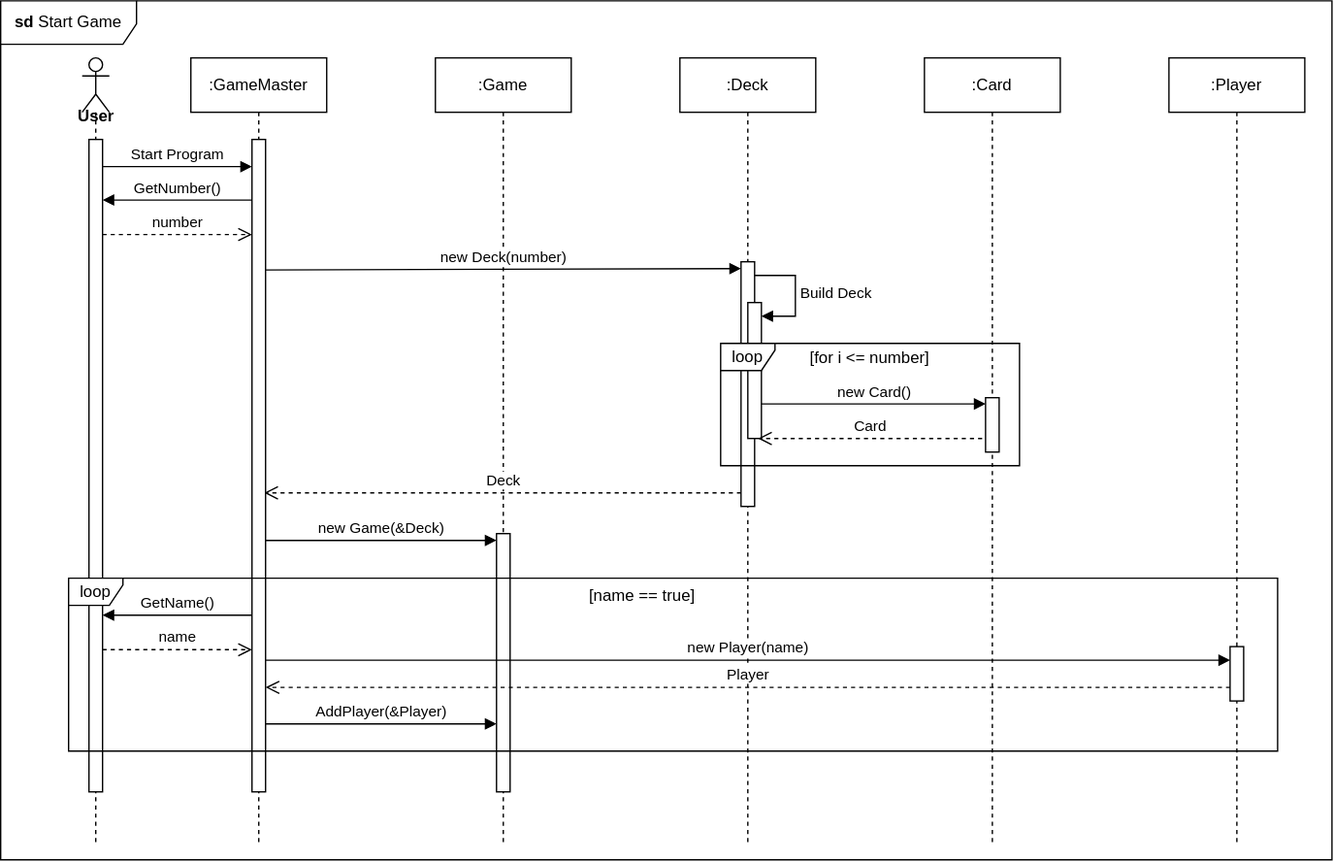
This is assets/sd Start Game.drawio.svg from Morsianeren/DeifExercisePublic, a draw.io export, as it was before one commit. Source tidied: cells renumbered, new cells last; positions are measured from the earlier drawing's top-left corner, leaving out a move shared by most shapes. Its diagram source:
```xml
<mxGraphModel>
  <root>
    <mxCell id="0" />
    <mxCell id="1" parent="0" />
    <mxCell id="2" value=":Game" style="shape=umlLifeline;perimeter=lifelinePerimeter;whiteSpace=wrap;html=1;newEdgeStyle={&quot;edgeStyle&quot;:&quot;elbowEdgeStyle&quot;,&quot;elbow&quot;:&quot;vertical&quot;,&quot;curved&quot;:0,&quot;rounded&quot;:0};" parent="1" vertex="1">
      <mxGeometry x="320" y="42" width="100" height="580" as="geometry" />
    </mxCell>
    <mxCell id="3" style="html=1;points=[[0,0,0,0,5],[0,1,0,0,-5],[1,0,0,0,5],[1,1,0,0,-5]];perimeter=orthogonalPerimeter;outlineConnect=0;targetShapes=umlLifeline;portConstraint=eastwest;newEdgeStyle={&quot;curved&quot;:0,&quot;rounded&quot;:0};" parent="2" vertex="1">
      <mxGeometry x="45" y="350" width="10" height="190" as="geometry" />
    </mxCell>
    <mxCell id="4" value=":Deck" style="shape=umlLifeline;perimeter=lifelinePerimeter;whiteSpace=wrap;html=1;newEdgeStyle={&quot;edgeStyle&quot;:&quot;elbowEdgeStyle&quot;,&quot;elbow&quot;:&quot;vertical&quot;,&quot;curved&quot;:0,&quot;rounded&quot;:0};" parent="1" vertex="1">
      <mxGeometry x="500" y="42" width="100" height="580" as="geometry" />
    </mxCell>
    <mxCell id="5" value=":Card" style="shape=umlLifeline;perimeter=lifelinePerimeter;whiteSpace=wrap;html=1;newEdgeStyle={&quot;edgeStyle&quot;:&quot;elbowEdgeStyle&quot;,&quot;elbow&quot;:&quot;vertical&quot;,&quot;curved&quot;:0,&quot;rounded&quot;:0};" parent="1" vertex="1">
      <mxGeometry x="680" y="42" width="100" height="580" as="geometry" />
    </mxCell>
    <mxCell id="6" value=":Player" style="shape=umlLifeline;perimeter=lifelinePerimeter;whiteSpace=wrap;html=1;newEdgeStyle={&quot;edgeStyle&quot;:&quot;elbowEdgeStyle&quot;,&quot;elbow&quot;:&quot;vertical&quot;,&quot;curved&quot;:0,&quot;rounded&quot;:0};" parent="1" vertex="1">
      <mxGeometry x="860" y="42" width="100" height="580" as="geometry" />
    </mxCell>
    <mxCell id="7" style="html=1;points=[[0,0,0,0,5],[0,1,0,0,-5],[1,0,0,0,5],[1,1,0,0,-5]];perimeter=orthogonalPerimeter;outlineConnect=0;targetShapes=umlLifeline;portConstraint=eastwest;newEdgeStyle={&quot;curved&quot;:0,&quot;rounded&quot;:0};" parent="6" vertex="1">
      <mxGeometry x="-315" y="150" width="10" height="180" as="geometry" />
    </mxCell>
    <mxCell id="8" style="html=1;points=[[0,0,0,0,5],[0,1,0,0,-5],[1,0,0,0,5],[1,1,0,0,-5]];perimeter=orthogonalPerimeter;outlineConnect=0;targetShapes=umlLifeline;portConstraint=eastwest;newEdgeStyle={&quot;curved&quot;:0,&quot;rounded&quot;:0};" parent="6" vertex="1">
      <mxGeometry x="-310" y="180" width="10" height="100" as="geometry" />
    </mxCell>
    <mxCell id="9" value="Build Deck" style="html=1;align=left;spacingLeft=2;endArrow=block;rounded=0;edgeStyle=orthogonalEdgeStyle;curved=0;rounded=0;" parent="6" edge="1" target="8">
      <mxGeometry relative="1" as="geometry">
        <mxPoint x="-305" y="160" as="sourcePoint" />
        <Array as="points">
          <mxPoint x="-275" y="190" />
        </Array>
      </mxGeometry>
    </mxCell>
    <mxCell id="10" style="html=1;perimeter=orthogonalPerimeter;targetShapes=umlLifeline;newEdgeStyle={&quot;curved&quot;:0,&quot;rounded&quot;:0};" parent="6" vertex="1">
      <mxGeometry x="45" y="433.1" width="10" height="40" as="geometry" />
    </mxCell>
    <mxCell id="11" style="html=1;perimeter=orthogonalPerimeter;targetShapes=umlLifeline;newEdgeStyle={&quot;curved&quot;:0,&quot;rounded&quot;:0};" parent="6" vertex="1">
      <mxGeometry x="-135" y="250" width="10" height="40" as="geometry" />
    </mxCell>
    <mxCell id="12" value="new Deck(number)" style="html=1;verticalAlign=bottom;endArrow=block;curved=0;rounded=0;entryX=0;entryY=0;entryDx=0;entryDy=5;" parent="6" edge="1" target="7">
      <mxGeometry relative="1" as="geometry">
        <mxPoint x="-665" y="156" as="sourcePoint" />
      </mxGeometry>
    </mxCell>
    <mxCell id="13" value="new Card()" style="html=1;verticalAlign=bottom;endArrow=block;curved=0;rounded=0;entryX=0;entryY=0;entryDx=0;entryDy=5;" parent="6" edge="1">
      <mxGeometry relative="1" as="geometry">
        <mxPoint x="-300" y="254.6" as="sourcePoint" />
        <mxPoint x="-135" y="254.6" as="targetPoint" />
      </mxGeometry>
    </mxCell>
    <mxCell id="14" value="loop" style="shape=umlFrame;whiteSpace=wrap;html=1;width=40;height=20;" parent="6" vertex="1">
      <mxGeometry x="-330" y="210" width="220" height="90" as="geometry" />
    </mxCell>
    <mxCell id="15" value="Card" style="html=1;verticalAlign=bottom;endArrow=open;dashed=1;endSize=8;curved=0;rounded=0;exitX=0;exitY=1;exitDx=0;exitDy=-5;" parent="6" edge="1">
      <mxGeometry relative="1" as="geometry">
        <mxPoint x="-137.5" y="280" as="sourcePoint" />
        <mxPoint x="-302.5" y="280" as="targetPoint" />
      </mxGeometry>
    </mxCell>
    <mxCell id="16" value="[for i &amp;lt;= number]" style="text;html=1;align=center;verticalAlign=middle;whiteSpace=wrap;rounded=0;" parent="6" vertex="1">
      <mxGeometry x="-270" y="206" width="100" height="30" as="geometry" />
    </mxCell>
    <mxCell id="17" value="Deck" style="html=1;verticalAlign=bottom;endArrow=open;dashed=1;endSize=8;curved=0;rounded=0;" parent="6" edge="1">
      <mxGeometry relative="1" as="geometry">
        <mxPoint x="-315" y="320" as="sourcePoint" />
        <mxPoint x="-666" y="320" as="targetPoint" />
      </mxGeometry>
    </mxCell>
    <mxCell id="18" value=":GameMaster" style="shape=umlLifeline;perimeter=lifelinePerimeter;whiteSpace=wrap;html=1;newEdgeStyle={&quot;curved&quot;:0,&quot;rounded&quot;:0};" parent="1" vertex="1">
      <mxGeometry x="140" y="42" width="100" height="580" as="geometry" />
    </mxCell>
    <mxCell id="19" style="html=1;points=[[0,0,0,0,5],[0,1,0,0,-5],[1,0,0,0,5],[1,1,0,0,-5]];perimeter=orthogonalPerimeter;outlineConnect=0;targetShapes=umlLifeline;portConstraint=eastwest;newEdgeStyle={&quot;curved&quot;:0,&quot;rounded&quot;:0};" parent="18" vertex="1">
      <mxGeometry x="45" y="60" width="10" height="480" as="geometry" />
    </mxCell>
    <mxCell id="20" style="shape=umlLifeline;perimeter=lifelinePerimeter;whiteSpace=wrap;html=1;newEdgeStyle={&quot;curved&quot;:0,&quot;rounded&quot;:0};participant=umlActor;" parent="1" vertex="1">
      <mxGeometry x="60" y="42" width="20" height="580" as="geometry" />
    </mxCell>
    <mxCell id="21" style="html=1;perimeter=orthogonalPerimeter;targetShapes=umlLifeline;newEdgeStyle={&quot;curved&quot;:0,&quot;rounded&quot;:0};" parent="20" vertex="1">
      <mxGeometry x="5" y="60" width="10" height="480" as="geometry" />
    </mxCell>
    <mxCell id="22" value="User" style="text;align=center;fontStyle=1;verticalAlign=middle;spacingLeft=3;spacingRight=3;strokeColor=none;html=1;" parent="1" vertex="1">
      <mxGeometry x="30" y="72" width="80" height="26" as="geometry" />
    </mxCell>
    <mxCell id="23" value="Start Program" style="html=1;verticalAlign=bottom;endArrow=block;curved=0;rounded=0;" parent="1" edge="1">
      <mxGeometry relative="1" as="geometry">
        <mxPoint x="75" y="122" as="sourcePoint" />
        <mxPoint x="185" y="122" as="targetPoint" />
      </mxGeometry>
    </mxCell>
    <mxCell id="24" value="GetNumber()" style="html=1;verticalAlign=bottom;endArrow=block;curved=0;rounded=0;" parent="1" edge="1">
      <mxGeometry relative="1" as="geometry">
        <mxPoint x="185" y="146.6" as="sourcePoint" />
        <mxPoint x="75" y="146.6" as="targetPoint" />
      </mxGeometry>
    </mxCell>
    <mxCell id="25" value="number" style="html=1;verticalAlign=bottom;endArrow=open;dashed=1;endSize=8;curved=0;rounded=0;" parent="1" edge="1">
      <mxGeometry relative="1" as="geometry">
        <mxPoint x="75" y="172" as="sourcePoint" />
        <mxPoint x="185" y="172" as="targetPoint" />
      </mxGeometry>
    </mxCell>
    <mxCell id="26" value="new Player(name)" style="html=1;verticalAlign=bottom;endArrow=block;curved=0;rounded=0;entryX=0;entryY=0;entryDx=0;entryDy=5;" parent="1" edge="1">
      <mxGeometry relative="1" as="geometry">
        <mxPoint x="195" y="485.1" as="sourcePoint" />
        <mxPoint x="905" y="485.1" as="targetPoint" />
      </mxGeometry>
    </mxCell>
    <mxCell id="27" value="Player" style="html=1;verticalAlign=bottom;endArrow=open;dashed=1;endSize=8;curved=0;rounded=0;exitX=0;exitY=1;exitDx=0;exitDy=-5;" parent="1" edge="1">
      <mxGeometry relative="1" as="geometry">
        <mxPoint x="905" y="505.1" as="sourcePoint" />
        <mxPoint x="195" y="505.1" as="targetPoint" />
      </mxGeometry>
    </mxCell>
    <mxCell id="28" value="GetName()" style="html=1;verticalAlign=bottom;endArrow=block;curved=0;rounded=0;" parent="1" edge="1">
      <mxGeometry relative="1" as="geometry">
        <mxPoint x="185" y="452" as="sourcePoint" />
        <mxPoint x="75" y="452" as="targetPoint" />
      </mxGeometry>
    </mxCell>
    <mxCell id="29" value="name" style="html=1;verticalAlign=bottom;endArrow=open;dashed=1;endSize=8;curved=0;rounded=0;" parent="1" edge="1">
      <mxGeometry relative="1" as="geometry">
        <mxPoint x="75" y="477.4" as="sourcePoint" />
        <mxPoint x="185" y="477.4" as="targetPoint" />
      </mxGeometry>
    </mxCell>
    <mxCell id="30" style="group;" parent="1" vertex="1">
      <mxGeometry x="50" y="422" width="890" height="130" as="geometry" />
    </mxCell>
    <mxCell id="31" value="loop" style="shape=umlFrame;whiteSpace=wrap;html=1;width=40;height=20;" parent="30" vertex="1">
      <mxGeometry y="2.8" width="890" height="127.2" as="geometry" />
    </mxCell>
    <mxCell id="32" value="[name == true]" style="text;html=1;align=center;verticalAlign=middle;whiteSpace=wrap;rounded=0;" parent="30" vertex="1">
      <mxGeometry x="380" y="7.6" width="85" height="16.6" as="geometry" />
    </mxCell>
    <mxCell id="33" value="AddPlayer(&amp;amp;Player)" style="html=1;verticalAlign=bottom;endArrow=block;curved=0;rounded=0;" parent="30" edge="1">
      <mxGeometry relative="1" as="geometry">
        <mxPoint x="145" y="110" as="sourcePoint" />
        <mxPoint x="315" y="110" as="targetPoint" />
      </mxGeometry>
    </mxCell>
    <mxCell id="34" value="new Game(&amp;amp;Deck)" style="html=1;verticalAlign=bottom;endArrow=block;curved=0;rounded=0;entryX=0;entryY=0;entryDx=0;entryDy=5;" parent="1" edge="1" source="19" target="3">
      <mxGeometry relative="1" as="geometry" />
    </mxCell>
    <mxCell id="35" value="&lt;b&gt;sd&lt;/b&gt;&amp;nbsp;Start Game" style="shape=umlFrame;whiteSpace=wrap;html=1;width=100;height=32;" parent="1" vertex="1">
      <mxGeometry width="980" height="632" as="geometry" />
    </mxCell>
  </root>
</mxGraphModel>
```
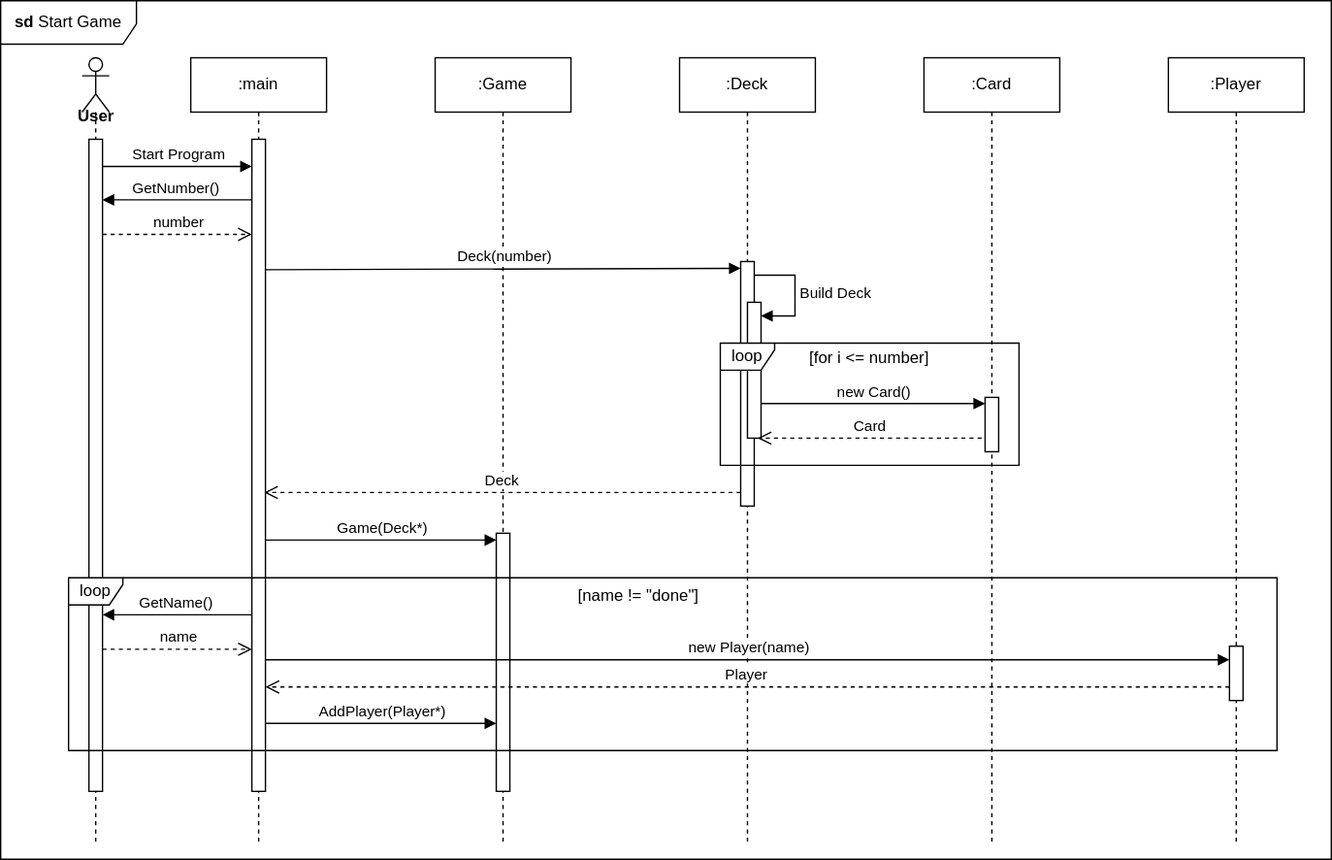
After the commit.

Change to the diagram source:
```diff
@@ -37,7 +37,7 @@
     <mxCell id="11" style="html=1;perimeter=orthogonalPerimeter;targetShapes=umlLifeline;newEdgeStyle={&quot;curved&quot;:0,&quot;rounded&quot;:0};" parent="6" vertex="1">
       <mxGeometry x="-135" y="250" width="10" height="40" as="geometry" />
     </mxCell>
-    <mxCell id="12" value="new Deck(number)" style="html=1;verticalAlign=bottom;endArrow=block;curved=0;rounded=0;entryX=0;entryY=0;entryDx=0;entryDy=5;" parent="6" edge="1" target="7">
+    <mxCell id="12" value="Deck(number)" style="html=1;verticalAlign=bottom;endArrow=block;curved=0;rounded=0;entryX=0;entryY=0;entryDx=0;entryDy=5;" parent="6" edge="1" target="7">
       <mxGeometry relative="1" as="geometry">
         <mxPoint x="-665" y="156" as="sourcePoint" />
       </mxGeometry>
@@ -66,7 +66,7 @@
         <mxPoint x="-666" y="320" as="targetPoint" />
       </mxGeometry>
     </mxCell>
-    <mxCell id="18" value=":GameMaster" style="shape=umlLifeline;perimeter=lifelinePerimeter;whiteSpace=wrap;html=1;newEdgeStyle={&quot;curved&quot;:0,&quot;rounded&quot;:0};" parent="1" vertex="1">
+    <mxCell id="18" value=":main" style="shape=umlLifeline;perimeter=lifelinePerimeter;whiteSpace=wrap;html=1;newEdgeStyle={&quot;curved&quot;:0,&quot;rounded&quot;:0};" parent="1" vertex="1">
       <mxGeometry x="140" y="42" width="100" height="580" as="geometry" />
     </mxCell>
     <mxCell id="19" style="html=1;points=[[0,0,0,0,5],[0,1,0,0,-5],[1,0,0,0,5],[1,1,0,0,-5]];perimeter=orthogonalPerimeter;outlineConnect=0;targetShapes=umlLifeline;portConstraint=eastwest;newEdgeStyle={&quot;curved&quot;:0,&quot;rounded&quot;:0};" parent="18" vertex="1">
@@ -129,20 +129,20 @@
     <mxCell id="31" value="loop" style="shape=umlFrame;whiteSpace=wrap;html=1;width=40;height=20;" parent="30" vertex="1">
       <mxGeometry y="2.8" width="890" height="127.2" as="geometry" />
     </mxCell>
-    <mxCell id="32" value="[name == true]" style="text;html=1;align=center;verticalAlign=middle;whiteSpace=wrap;rounded=0;" parent="30" vertex="1">
-      <mxGeometry x="380" y="7.6" width="85" height="16.6" as="geometry" />
+    <mxCell id="32" value="AddPlayer(Player*)" style="html=1;verticalAlign=bottom;endArrow=block;curved=0;rounded=0;" parent="30" edge="1">
+      <mxGeometry relative="1" as="geometry">
+        <mxPoint x="145" y="110" as="sourcePoint" />
+        <mxPoint x="315" y="110" as="targetPoint" />
+      </mxGeometry>
     </mxCell>
-    <mxCell id="33" value="AddPlayer(&amp;amp;Player)" style="html=1;verticalAlign=bottom;endArrow=block;curved=0;rounded=0;" parent="30" edge="1">
-      <mxGeometry relative="1" as="geometry">
-        <mxPoint x="145" y="110" as="sourcePoint" />
-        <mxPoint x="315" y="110" as="targetPoint" />
-      </mxGeometry>
+    <mxCell id="33" value="Game(Deck*)" style="html=1;verticalAlign=bottom;endArrow=block;curved=0;rounded=0;entryX=0;entryY=0;entryDx=0;entryDy=5;" parent="1" edge="1" source="19" target="3">
+      <mxGeometry relative="1" as="geometry" />
     </mxCell>
-    <mxCell id="34" value="new Game(&amp;amp;Deck)" style="html=1;verticalAlign=bottom;endArrow=block;curved=0;rounded=0;entryX=0;entryY=0;entryDx=0;entryDy=5;" parent="1" edge="1" source="19" target="3">
-      <mxGeometry relative="1" as="geometry" />
+    <mxCell id="34" value="&lt;b&gt;sd&lt;/b&gt;&amp;nbsp;Start Game" style="shape=umlFrame;whiteSpace=wrap;html=1;width=100;height=32;" parent="1" vertex="1">
+      <mxGeometry width="980" height="632" as="geometry" />
     </mxCell>
-    <mxCell id="35" value="&lt;b&gt;sd&lt;/b&gt;&amp;nbsp;Start Game" style="shape=umlFrame;whiteSpace=wrap;html=1;width=100;height=32;" parent="1" vertex="1">
-      <mxGeometry width="980" height="632" as="geometry" />
+    <mxCell id="35" value="[name != &quot;done&quot;]" style="text;html=1;align=center;verticalAlign=middle;whiteSpace=wrap;rounded=0;" parent="1" vertex="1">
+      <mxGeometry x="420" y="429.6" width="100" height="16.6" as="geometry" />
     </mxCell>
   </root>
 </mxGraphModel>
```
